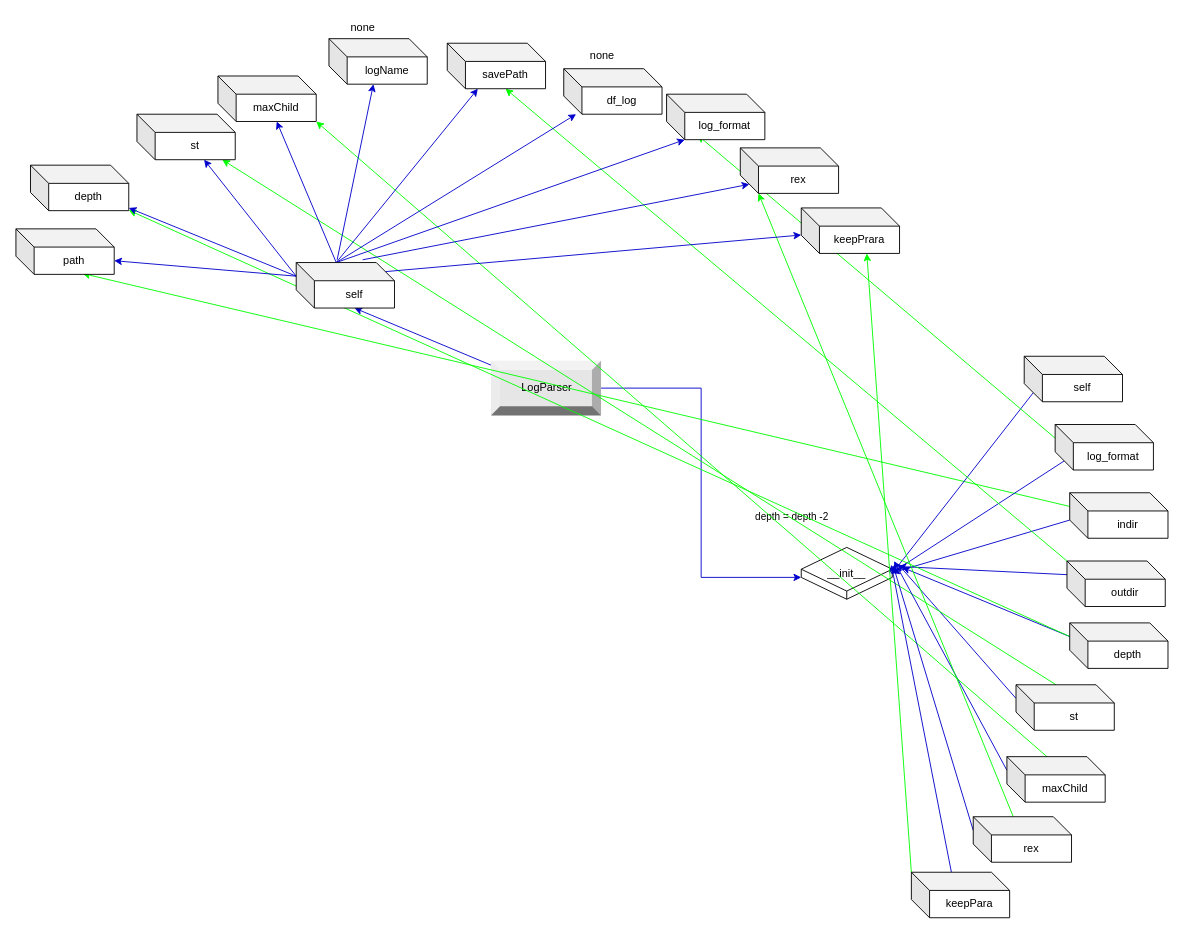
This is LogParserIndependency.drawio from ChengHongyun/MixedLogParser, a draw.io file, before an edit. Source tidied: cells renumbered, new cells numbered last; positions are measured from the earlier drawing's top-left corner, leaving out a move shared by most shapes. Both pictures are drawn from the tidied source at 91%, with x=0, y=0 at pixel (15, 15).
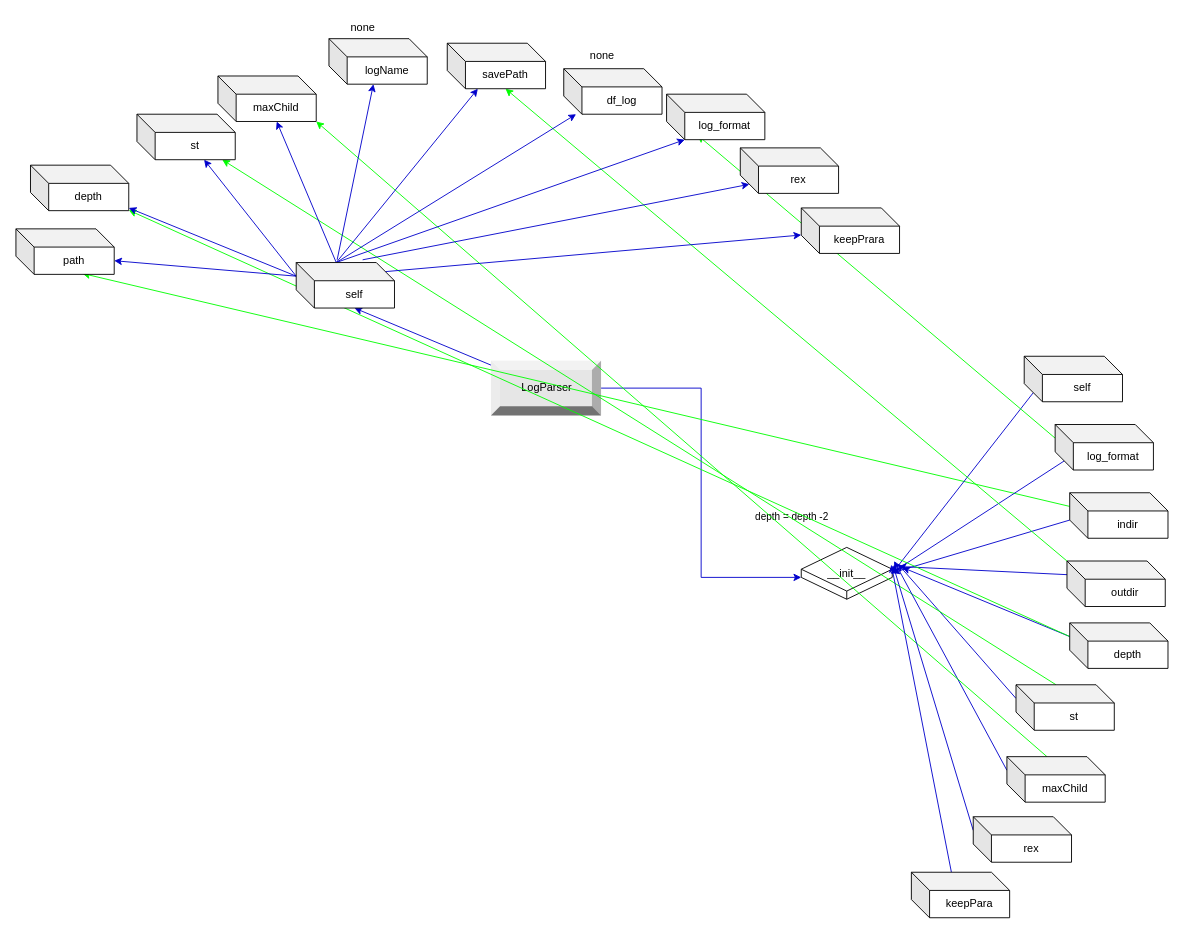
The same diagram, later.

Unchanged cells that the change refers to:
```xml
<mxCell id="29" value="&lt;font color=&quot;#000000&quot;&gt;&lt;span style=&quot;caret-color: rgb(0, 0, 0);&quot;&gt;rex&lt;/span&gt;&lt;/font&gt;" style="shape=cube;whiteSpace=wrap;html=1;boundedLbl=1;backgroundOutline=1;darkOpacity=0.05;darkOpacity2=0.1;fontColor=#67AB9F;" parent="1" vertex="1">
  <mxGeometry x="1052" y="880" width="108" height="50" as="geometry" />
</mxCell>
<mxCell id="32" value="&lt;font color=&quot;#000000&quot;&gt;&lt;span style=&quot;caret-color: rgb(0, 0, 0);&quot;&gt;keepPara&lt;br&gt;&lt;/span&gt;&lt;/font&gt;" style="shape=cube;whiteSpace=wrap;html=1;boundedLbl=1;backgroundOutline=1;darkOpacity=0.05;darkOpacity2=0.1;fontColor=#67AB9F;" parent="1" vertex="1">
  <mxGeometry x="984" y="941" width="108" height="50" as="geometry" />
</mxCell>
<mxCell id="52" value="&lt;font color=&quot;#000000&quot;&gt;&lt;span style=&quot;caret-color: rgb(0, 0, 0);&quot;&gt;rex&lt;/span&gt;&lt;/font&gt;" style="shape=cube;whiteSpace=wrap;html=1;boundedLbl=1;backgroundOutline=1;darkOpacity=0.05;darkOpacity2=0.1;fontColor=#67AB9F;" parent="1" vertex="1">
  <mxGeometry x="796" y="145" width="108" height="50" as="geometry" />
</mxCell>
<mxCell id="53" value="&lt;font color=&quot;#000000&quot;&gt;&lt;span style=&quot;caret-color: rgb(0, 0, 0);&quot;&gt;keepPrara&lt;/span&gt;&lt;/font&gt;" style="shape=cube;whiteSpace=wrap;html=1;boundedLbl=1;backgroundOutline=1;darkOpacity=0.05;darkOpacity2=0.1;fontColor=#67AB9F;" parent="1" vertex="1">
  <mxGeometry x="863" y="211" width="108" height="50" as="geometry" />
</mxCell>
```

What changed in the source:
```diff
@@
-    <mxCell id="28" style="edgeStyle=none;rounded=0;jettySize=auto;html=1;exitX=0;exitY=0;exitDx=44;exitDy=0;exitPerimeter=0;entryX=0;entryY=0;entryDx=20;entryDy=50;entryPerimeter=0;strokeColor=#00FF00;fontColor=#000000;" parent="1" edge="1" source="29" target="52">
-      <mxGeometry relative="1" as="geometry" />
-    </mxCell>
@@
-    <mxCell id="31" style="edgeStyle=none;rounded=0;jettySize=auto;html=1;exitX=0;exitY=0;exitDx=0;exitDy=0;exitPerimeter=0;entryX=0.667;entryY=1;entryDx=0;entryDy=0;entryPerimeter=0;strokeColor=#00FF00;fontColor=#000000;" parent="1" edge="1" source="32" target="53">
-      <mxGeometry relative="1" as="geometry" />
-    </mxCell>
```
